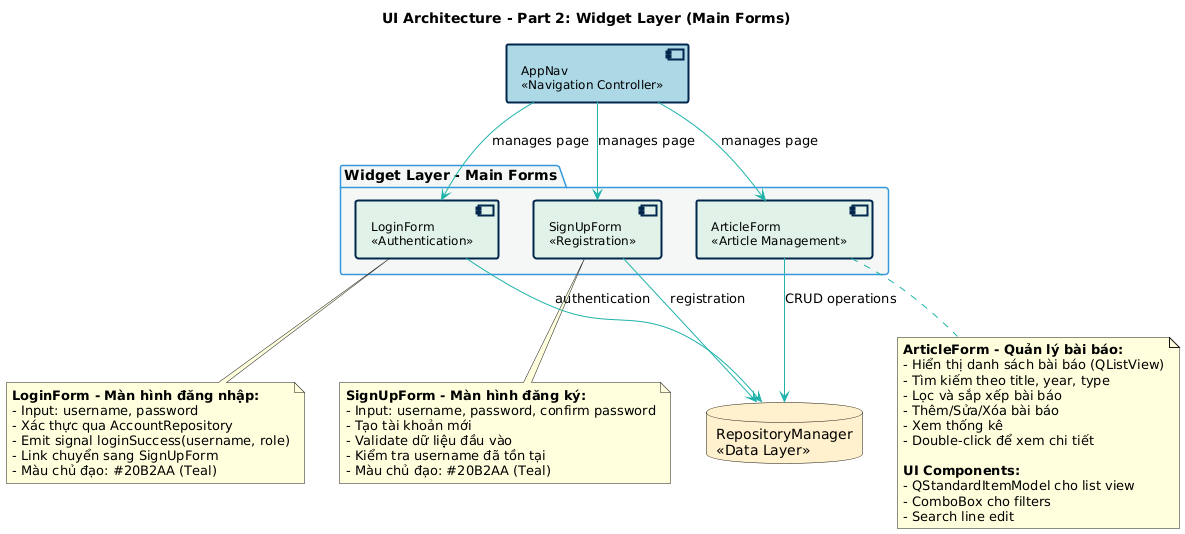
Before: docs/part2_ui.png, a diagram exported from PlantUML (DamPhuQuy/Scientific-Article-Management). The source it was exported from:
```plantuml
@startuml
!define WIDGET_BG_COLOR #E0F2E9

skinparam component {
    BackgroundColor WIDGET_BG_COLOR
    BorderColor #00264d
    BorderThickness 2
    ArrowColor #20B2AA
    FontSize 12
}

skinparam package {
    BackgroundColor #F4F7F6
    BorderColor #3498db
    FontStyle bold
}

title UI Architecture - Part 2: Widget Layer (Main Forms)

package "Widget Layer - Main Forms" {
    component LoginForm as "LoginForm\n<<Authentication>>" WIDGET_BG_COLOR
    component SignUpForm as "SignUpForm\n<<Registration>>" WIDGET_BG_COLOR
    component ArticleForm as "ArticleForm\n<<Article Management>>" WIDGET_BG_COLOR
}

database "RepositoryManager\n<<Data Layer>>" as RepoManager #FFF0CC

component AppNav as "AppNav\n<<Navigation Controller>>" #LightBlue

AppNav --> LoginForm : "manages page"
AppNav --> SignUpForm : "manages page"
AppNav --> ArticleForm : "manages page"

LoginForm --> RepoManager : "authentication"
SignUpForm --> RepoManager : "registration"
ArticleForm --> RepoManager : "CRUD operations"

note bottom of LoginForm
  **LoginForm - Màn hình đăng nhập:**
  - Input: username, password
  - Xác thực qua AccountRepository
  - Emit signal loginSuccess(username, role)
  - Link chuyển sang SignUpForm
  - Màu chủ đạo: #20B2AA (Teal)
end note

note bottom of SignUpForm
  **SignUpForm - Màn hình đăng ký:**
  - Input: username, password, confirm password
  - Tạo tài khoản mới
  - Validate dữ liệu đầu vào
  - Kiểm tra username đã tồn tại
  - Màu chủ đạo: #20B2AA (Teal)
end note

note bottom of ArticleForm
  **ArticleForm - Quản lý bài báo:**
  - Hiển thị danh sách bài báo (QListView)
  - Tìm kiếm theo title, year, type
  - Lọc và sắp xếp bài báo
  - Thêm/Sửa/Xóa bài báo
  - Xem thống kê
  - Double-click để xem chi tiết

  **UI Components:**
  - QStandardItemModel cho list view
  - ComboBox cho filters
  - Search line edit
end note
@enduml
```
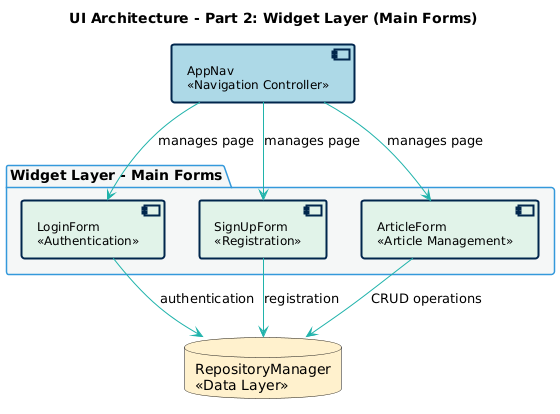
Above is the later version.

Diff of the diagram source:
```diff
@@ -34,37 +34,4 @@
 LoginForm --> RepoManager : "authentication"
 SignUpForm --> RepoManager : "registration"
 ArticleForm --> RepoManager : "CRUD operations"
-
-note bottom of LoginForm
-  **LoginForm - Màn hình đăng nhập:**
-  - Input: username, password
-  - Xác thực qua AccountRepository
-  - Emit signal loginSuccess(username, role)
-  - Link chuyển sang SignUpForm
-  - Màu chủ đạo: #20B2AA (Teal)
-end note
-
-note bottom of SignUpForm
-  **SignUpForm - Màn hình đăng ký:**
-  - Input: username, password, confirm password
-  - Tạo tài khoản mới
-  - Validate dữ liệu đầu vào
-  - Kiểm tra username đã tồn tại
-  - Màu chủ đạo: #20B2AA (Teal)
-end note
-
-note bottom of ArticleForm
-  **ArticleForm - Quản lý bài báo:**
-  - Hiển thị danh sách bài báo (QListView)
-  - Tìm kiếm theo title, year, type
-  - Lọc và sắp xếp bài báo
-  - Thêm/Sửa/Xóa bài báo
-  - Xem thống kê
-  - Double-click để xem chi tiết
-
-  **UI Components:**
-  - QStandardItemModel cho list view
-  - ComboBox cho filters
-  - Search line edit
-end note
 @enduml
```
